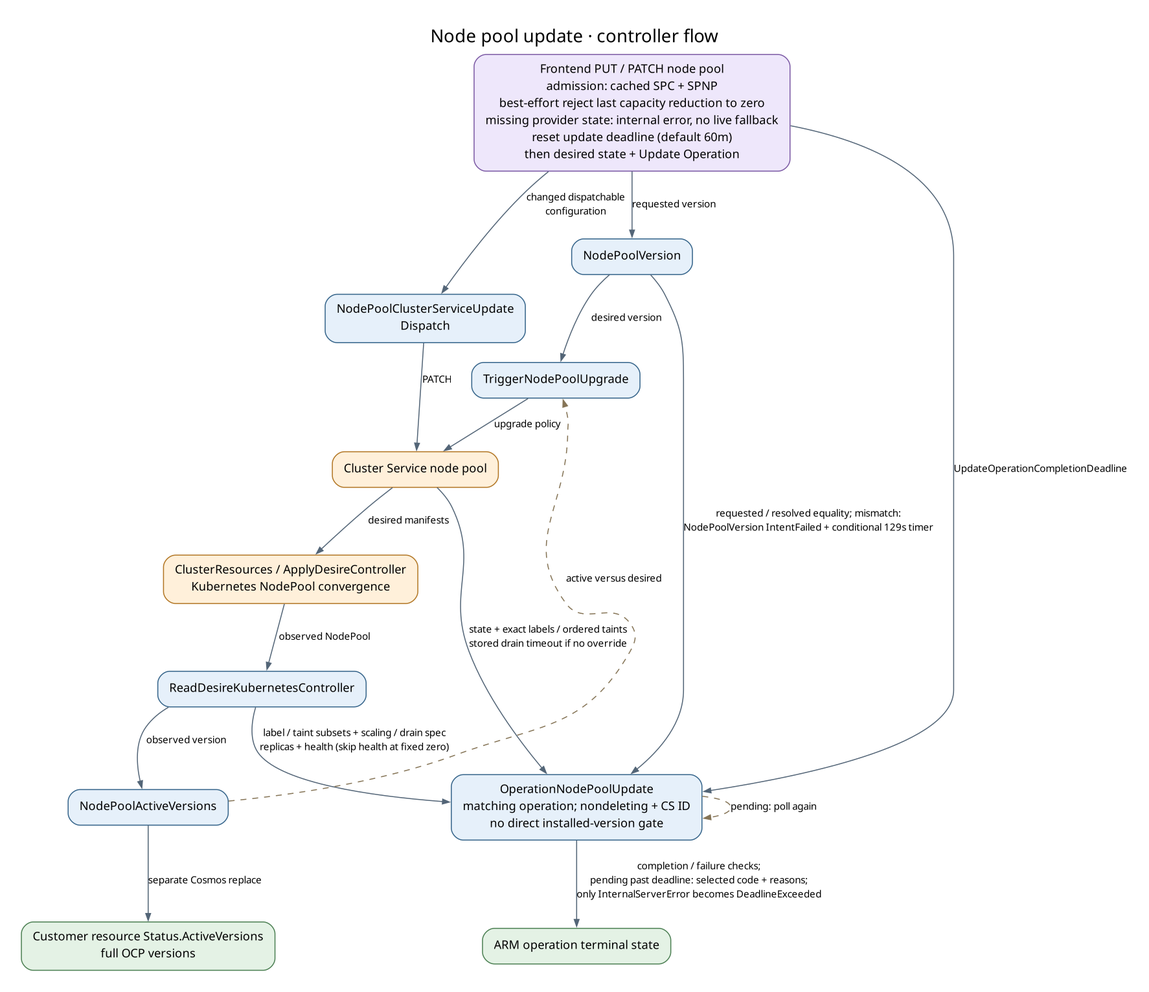
Before: docs/generated/diagrams/controller-flows/nodepool-update.png, a diagram exported from Graphviz (Azure/ARO-HCP). Its source is kept beside it as docs/generated/diagrams/controller-flows/nodepool-update.dot.
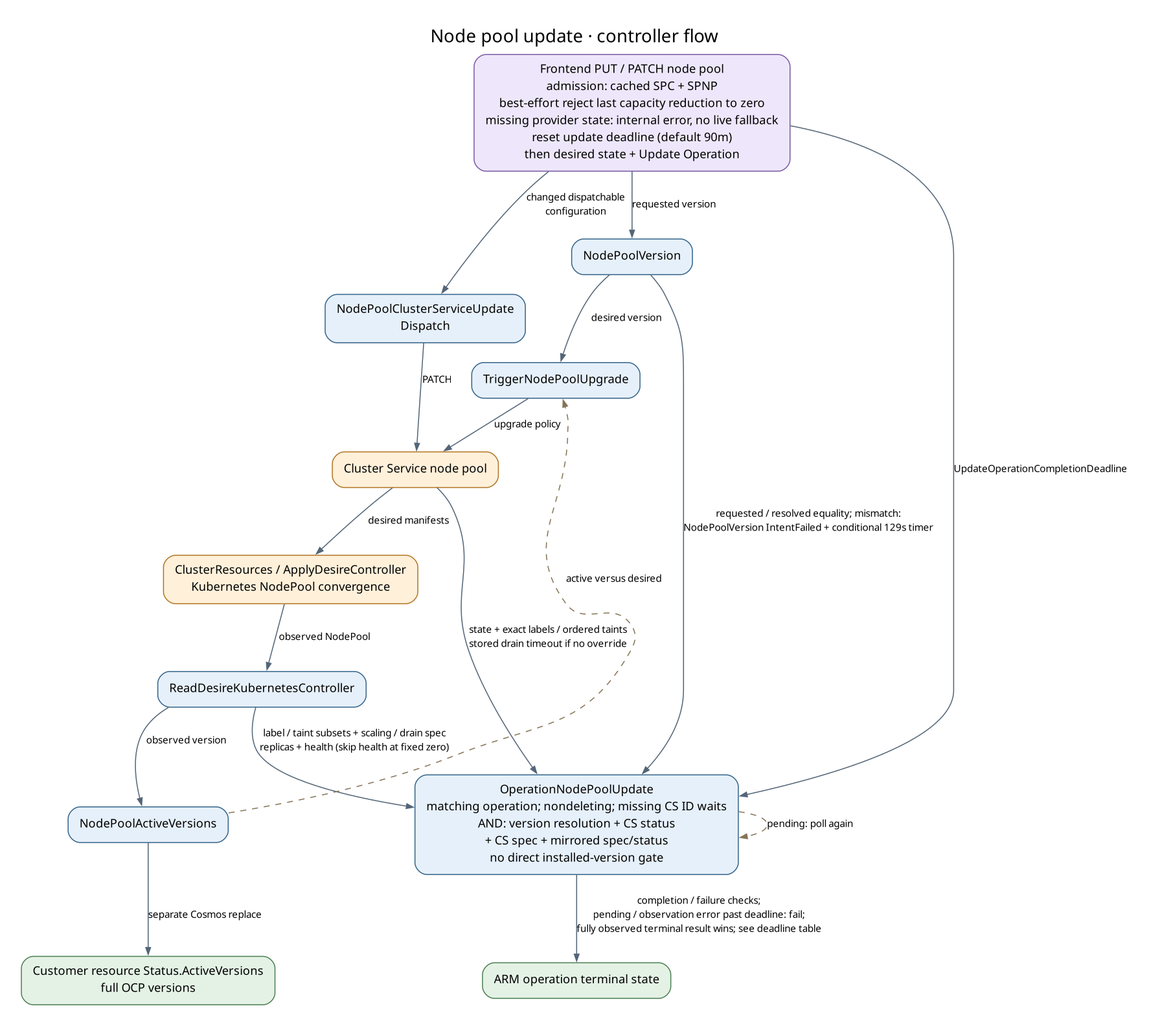
After the commit.

Diff of the diagram source:
```diff
@@ -2,7 +2,7 @@
   graph [rankdir=TB, bgcolor="white", pad="0.3", nodesep="0.4", ranksep="0.55", fontname="DejaVu Sans", fontsize=18, labelloc=t, label="Node pool update · controller flow", dpi=110];
   node [shape=box, style="rounded,filled", fillcolor="#e6f0fa", color="#35648a", fontname="DejaVu Sans", fontsize=12, margin="0.16,0.10"];
   edge [color="#536577", fontname="DejaVu Sans", fontsize=10, arrowsize=0.7];
-  api [label="Frontend PUT / PATCH node pool\nadmission: cached SPC + SPNP\nbest-effort reject last capacity reduction to zero\nmissing provider state: internal error, no live fallback\nreset update deadline (default 60m)\nthen desired state + Update Operation", fillcolor="#eee7fb", color="#7b59a4"];
+  api [label="Frontend PUT / PATCH node pool\nadmission: cached SPC + SPNP\nbest-effort reject last capacity reduction to zero\nmissing provider state: internal error, no live fallback\nreset update deadline (default 90m)\nthen desired state + Update Operation", fillcolor="#eee7fb", color="#7b59a4"];
   dispatch [label="NodePoolClusterServiceUpdate\nDispatch", fillcolor="#e6f0fa", color="#35648a"];
   version [label="NodePoolVersion", fillcolor="#e6f0fa", color="#35648a"];
   upgrade [label="TriggerNodePoolUpgrade", fillcolor="#e6f0fa", color="#35648a"];
@@ -10,7 +10,7 @@
   kube [label="ClusterResources / ApplyDesireController\nKubernetes NodePool convergence", fillcolor="#fff0da", color="#b27624"];
   mirror [label="ReadDesireKubernetesController", fillcolor="#e6f0fa", color="#35648a"];
   active [label="NodePoolActiveVersions", fillcolor="#e6f0fa", color="#35648a"];
-  op [label="OperationNodePoolUpdate\nmatching operation; nondeleting + CS ID\nno direct installed-version gate", fillcolor="#e6f0fa", color="#35648a"];
+  op [label="OperationNodePoolUpdate\nmatching operation; nondeleting; missing CS ID waits\nAND: version resolution + CS status\n+ CS spec + mirrored spec/status\nno direct installed-version gate", fillcolor="#e6f0fa", color="#35648a"];
   done [label="ARM operation terminal state", fillcolor="#e4f2e5", color="#4c8053"];
   api -> dispatch [label="changed dispatchable\nconfiguration"];
   api -> version [label="requested version"];
@@ -24,7 +24,7 @@
   api -> op [label="UpdateOperationCompletionDeadline"];
   cs -> op [label="state + exact labels / ordered taints\nstored drain timeout if no override"];
   mirror -> op [label="label / taint subsets + scaling / drain spec\nreplicas + health (skip health at fixed zero)"];
-  op -> done [label="completion / failure checks;\npending past deadline: selected code + reasons;\nonly InternalServerError becomes DeadlineExceeded"];
+  op -> done [label="completion / failure checks;\npending / observation error past deadline: fail;\nfully observed terminal result wins; see deadline table"];
   observed [label="Customer resource Status.ActiveVersions\nfull OCP versions", fillcolor="#e4f2e5", color="#4c8053"];
   active -> observed [label="separate Cosmos replace"];
   active -> upgrade [label="active versus desired", style=dashed, color="#857456", constraint=false];
```
